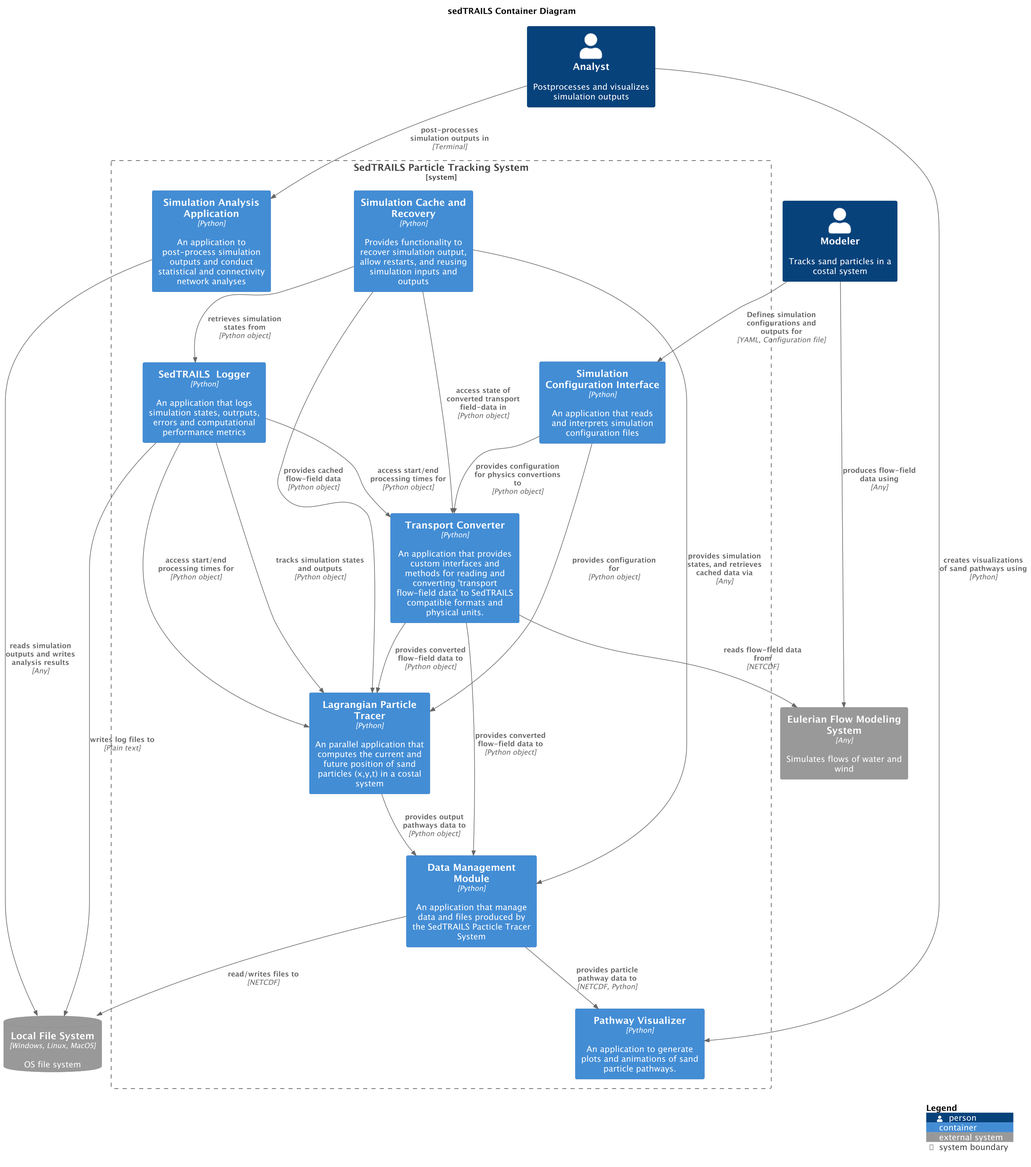
The PlantUML diagram docs/_static/img/architecture/SedtrailContainer.png in sgpearson17/sedtrails-sgp, before a commit. Its diagram source:
```plantuml
@startuml SedtrailContainer
!include ./c4/C4_Container.puml

title sedTRAILS Container Diagram
scale 1.5

Person(modeler, "Modeler", "Tracks sand particles in a costal system")
Person(analyst, "Analyst", "Postprocesses and visualizes simulation outputs")

System_Boundary(sedtrailsSystem, "SedTRAILS Particle Tracking System"){
    Container(sedtrailsTracer, "Lagrangian Particle Tracer", "Python", "An parallel application that computes the current and future position of sand particles (x,y,t) in a costal system")

    Container(configInterface, "Simulation Configuration Interface", "Python", "An application that reads and interprets simulation configuration files")

    Container(sedtrailsLogger, "SedTRAILS  Logger", "Python", "An application that logs simulation states, outrputs, errors and computational performance metrics")

    Container(transportConverter, "Transport Converter", "Python", "An application that provides custom interfaces and methods for reading and converting 'transport flow-field data' to SedTRAILS compatible formats and physical units.")

    Container(pathwayVisualizer, "Pathway Visualizer", "Python", "An application to generate plots and animations of sand particle pathways.")

    Container(cache, "Simulation Cache and Recovery", "Python", "Provides functionality to recover simulation output, allow restarts, and reusing simulation inputs and outputs")

    Container(dataManager, "Data Management Module", "Python", "An application that manage data and files produced by the SedTRAILS Pacticle Tracer System")

    Container(analystApp, "Simulation Analysis Application", "Python", "An application to post-process simulation outputs and conduct statistical and connectivity network analyses")

    Rel(sedtrailsLogger, transportConverter, "access start/end processing times for", "Python object")

    Rel(cache, sedtrailsLogger, "retrieves simulation states from", "Python object")

    Rel(sedtrailsLogger, sedtrailsTracer, "access start/end processing times for", "Python object")

    Rel(transportConverter, sedtrailsTracer, "provides converted flow-field data to", "Python object")

    Rel(sedtrailsLogger, sedtrailsTracer, "tracks simulation states and outputs", "Python object")

    Rel(cache, sedtrailsTracer, "provides cached flow-field data", "Python object")


    Rel(cache, transportConverter, "access state of converted transport field-data in", "Python object")

    Rel(configInterface, transportConverter, "provides configuration for physics convertions to", "Python object")
    Rel(configInterface, sedtrailsTracer, "provides configuration for", "Python object")
    Rel(sedtrailsTracer, dataManager, "provides output pathways data to", "Python object")

    Rel(transportConverter, dataManager, "provides converted flow-field data to", "Python object")
    Rel(cache, dataManager, "provides simulation states, and retrieves cached data via", "Any")

    Rel(dataManager, pathwayVisualizer, "provides particle pathway data to", "NETCDF, Python")
}
System_Ext(flowSystem, "Eulerian Flow Modeling System", "Simulates flows of water and wind", $type="Any")

SystemDb_Ext(fileSystem, "Local File System", "OS file system", $type="Windows, Linux, MacOS")

Rel(dataManager, fileSystem, "read/writes files to", "NETCDF")
Rel(modeler, configInterface, "Defines simulation configurations and outputs for", "YAML, Configuration file")

Rel(analyst, pathwayVisualizer, "creates visualizations of sand pathways using", "Python")
Rel(analyst, analystApp, "post-processes simulation outputs in", "Terminal")
Rel(analystApp, fileSystem, "reads simulation outputs and writes analysis results", "Any")

Rel(sedtrailsLogger, fileSystem, "writes log files to", "Plain text")

Rel(modeler, flowSystem, "produces flow-field data using", "Any")
Rel(transportConverter, flowSystem, "reads flow-field data from", "NETCDF")

SHOW_LEGEND()
@enduml
```
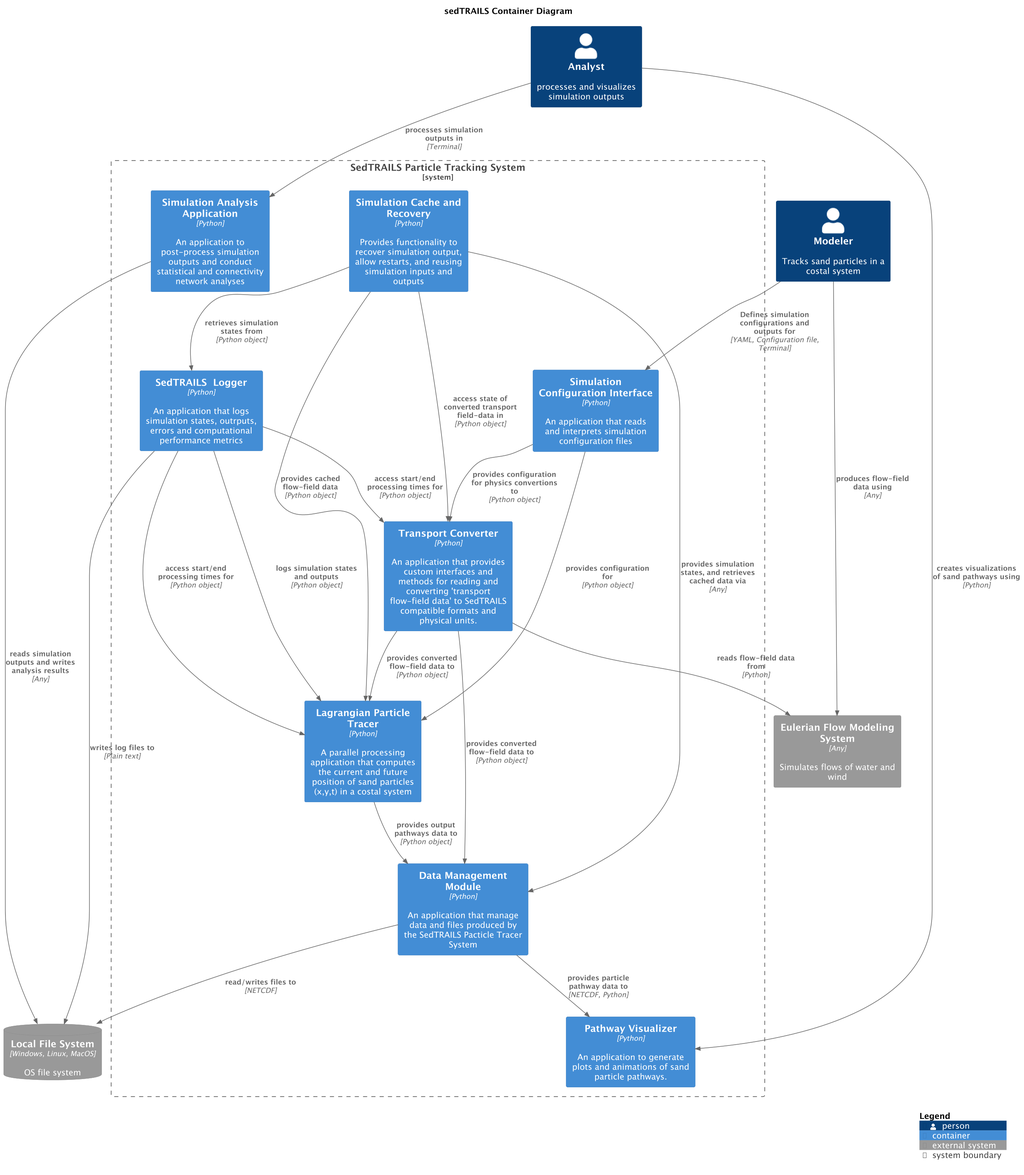
Later version of the same file.

The edit, as a diff of the source:
```diff
@@ -5,47 +5,30 @@
 scale 1.5
 
 Person(modeler, "Modeler", "Tracks sand particles in a costal system")
-Person(analyst, "Analyst", "Postprocesses and visualizes simulation outputs")
+Person(analyst, "Analyst", "processes and visualizes simulation outputs")
 
 System_Boundary(sedtrailsSystem, "SedTRAILS Particle Tracking System"){
-    Container(sedtrailsTracer, "Lagrangian Particle Tracer", "Python", "An parallel application that computes the current and future position of sand particles (x,y,t) in a costal system")
-
+    Container(sedtrailsTracer, "Lagrangian Particle Tracer", "Python", "A parallel processing application that computes the current and future position of sand particles (x,y,t) in a costal system")
     Container(configInterface, "Simulation Configuration Interface", "Python", "An application that reads and interprets simulation configuration files")
-
     Container(sedtrailsLogger, "SedTRAILS  Logger", "Python", "An application that logs simulation states, outrputs, errors and computational performance metrics")
-
     Container(transportConverter, "Transport Converter", "Python", "An application that provides custom interfaces and methods for reading and converting 'transport flow-field data' to SedTRAILS compatible formats and physical units.")
-
     Container(pathwayVisualizer, "Pathway Visualizer", "Python", "An application to generate plots and animations of sand particle pathways.")
-
     Container(cache, "Simulation Cache and Recovery", "Python", "Provides functionality to recover simulation output, allow restarts, and reusing simulation inputs and outputs")
-
     Container(dataManager, "Data Management Module", "Python", "An application that manage data and files produced by the SedTRAILS Pacticle Tracer System")
-
     Container(analystApp, "Simulation Analysis Application", "Python", "An application to post-process simulation outputs and conduct statistical and connectivity network analyses")
 
     Rel(sedtrailsLogger, transportConverter, "access start/end processing times for", "Python object")
-
     Rel(cache, sedtrailsLogger, "retrieves simulation states from", "Python object")
-
     Rel(sedtrailsLogger, sedtrailsTracer, "access start/end processing times for", "Python object")
-
     Rel(transportConverter, sedtrailsTracer, "provides converted flow-field data to", "Python object")
-
-    Rel(sedtrailsLogger, sedtrailsTracer, "tracks simulation states and outputs", "Python object")
-
+    Rel(sedtrailsLogger, sedtrailsTracer, "logs simulation states and outputs", "Python object")
     Rel(cache, sedtrailsTracer, "provides cached flow-field data", "Python object")
-
-
     Rel(cache, transportConverter, "access state of converted transport field-data in", "Python object")
-
     Rel(configInterface, transportConverter, "provides configuration for physics convertions to", "Python object")
     Rel(configInterface, sedtrailsTracer, "provides configuration for", "Python object")
     Rel(sedtrailsTracer, dataManager, "provides output pathways data to", "Python object")
-
     Rel(transportConverter, dataManager, "provides converted flow-field data to", "Python object")
     Rel(cache, dataManager, "provides simulation states, and retrieves cached data via", "Any")
-
     Rel(dataManager, pathwayVisualizer, "provides particle pathway data to", "NETCDF, Python")
 }
 System_Ext(flowSystem, "Eulerian Flow Modeling System", "Simulates flows of water and wind", $type="Any")
@@ -53,16 +36,16 @@
 SystemDb_Ext(fileSystem, "Local File System", "OS file system", $type="Windows, Linux, MacOS")
 
 Rel(dataManager, fileSystem, "read/writes files to", "NETCDF")
-Rel(modeler, configInterface, "Defines simulation configurations and outputs for", "YAML, Configuration file")
+Rel(modeler, configInterface, "Defines simulation configurations and outputs for", "YAML, Configuration file, Terminal")
 
 Rel(analyst, pathwayVisualizer, "creates visualizations of sand pathways using", "Python")
-Rel(analyst, analystApp, "post-processes simulation outputs in", "Terminal")
+Rel(analyst, analystApp, "processes simulation outputs in", "Terminal")
 Rel(analystApp, fileSystem, "reads simulation outputs and writes analysis results", "Any")
 
 Rel(sedtrailsLogger, fileSystem, "writes log files to", "Plain text")
 
 Rel(modeler, flowSystem, "produces flow-field data using", "Any")
-Rel(transportConverter, flowSystem, "reads flow-field data from", "NETCDF")
+Rel(transportConverter, flowSystem, "reads flow-field data from", "Python")
 
 SHOW_LEGEND()
 @enduml
```
